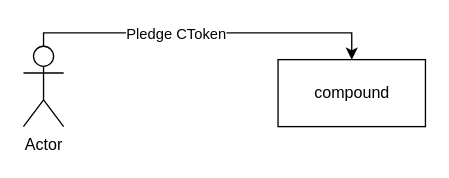
Earlier version of the draw.io diagram docs/images/uc_pledge.drawio (fox-one/compound). Source tidied: cells renumbered, new cells numbered last; positions are measured from the earlier drawing's top-left corner, leaving out a move shared by most shapes. Both pictures are drawn from the tidied source at 134%, with x=0, y=0 at pixel (23, 32).
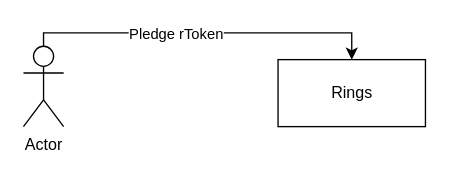
After the change.

The edit, as a diff of the source:
```diff
@@
 <mxGraphModel>
   <root>
     <mxCell id="0" />
     <mxCell id="1" parent="0" />
     <mxCell id="2" style="edgeStyle=orthogonalEdgeStyle;rounded=0;jettySize=auto;html=1;entryX=0.5;entryY=0;entryDx=0;entryDy=0;" parent="1" edge="1" source="4" target="5">
       <mxGeometry relative="1" as="geometry">
         <Array as="points">
           <mxPoint x="15" />
           <mxPoint x="245" />
         </Array>
       </mxGeometry>
     </mxCell>
-    <mxCell id="3" value="Pledge CToken" style="edgeLabel;html=1;align=center;verticalAlign=middle;" parent="2" vertex="1">
+    <mxCell id="3" value="Pledge rToken" style="edgeLabel;html=1;align=center;verticalAlign=middle;" parent="2" vertex="1">
       <mxGeometry x="-0.17" relative="1" as="geometry" />
     </mxCell>
     <mxCell id="4" value="Actor" style="shape=umlActor;verticalLabelPosition=bottom;verticalAlign=top;html=1;" parent="1" vertex="1">
       <mxGeometry y="10" width="30" height="60" as="geometry" />
     </mxCell>
-    <mxCell id="5" value="compound" style="html=1;" parent="1" vertex="1">
+    <mxCell id="5" value="Rings" style="html=1;" parent="1" vertex="1">
       <mxGeometry x="190" y="20" width="110" height="50" as="geometry" />
     </mxCell>
   </root>
 </mxGraphModel>
```
